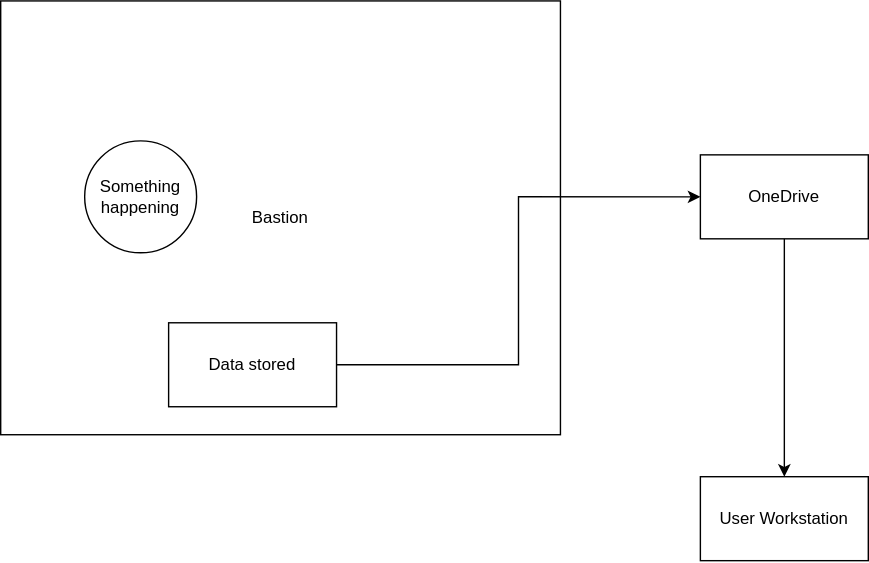
The draw.io diagram SharedData.svg in vjavle/invoicecloud, before a commit. Source tidied: cells renumbered, new cells last; positions are measured from the earlier drawing's top-left corner, leaving out a move shared by most shapes.
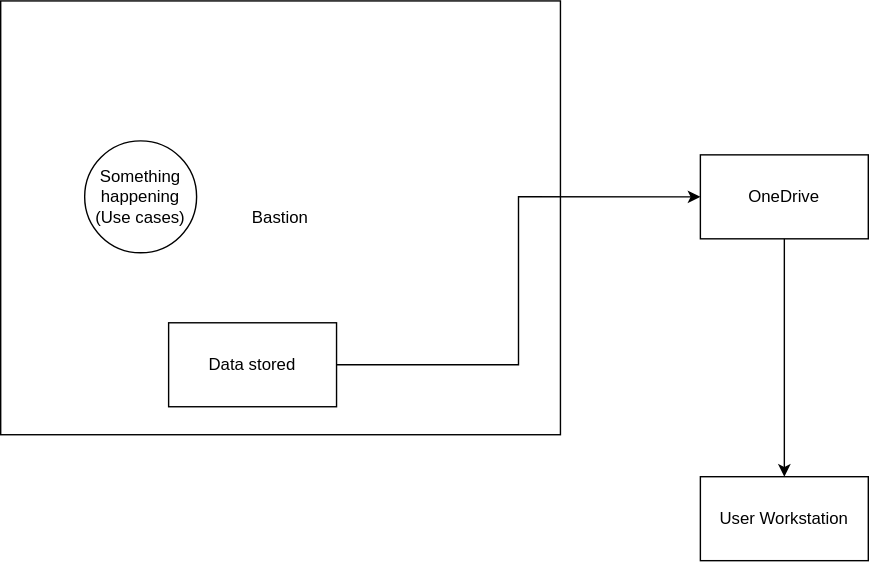
Above is the later version.

What changed in the source:
```diff
@@ -5,7 +5,7 @@
     <mxCell id="2" value="Bastion" style="rounded=0;whiteSpace=wrap;html=1;" parent="1" vertex="1">
       <mxGeometry width="400" height="310" as="geometry" />
     </mxCell>
-    <mxCell id="3" value="Something happening" style="ellipse;whiteSpace=wrap;html=1;" parent="1" vertex="1">
+    <mxCell id="3" value="Something happening&lt;br&gt;(Use cases)" style="ellipse;whiteSpace=wrap;html=1;" parent="1" vertex="1">
       <mxGeometry x="60" y="100" width="80" height="80" as="geometry" />
     </mxCell>
     <mxCell id="4" style="edgeStyle=orthogonalEdgeStyle;rounded=0;jettySize=auto;html=1;entryX=0;entryY=0.5;entryDx=0;entryDy=0;" parent="1" edge="1" source="5" target="8">
```
